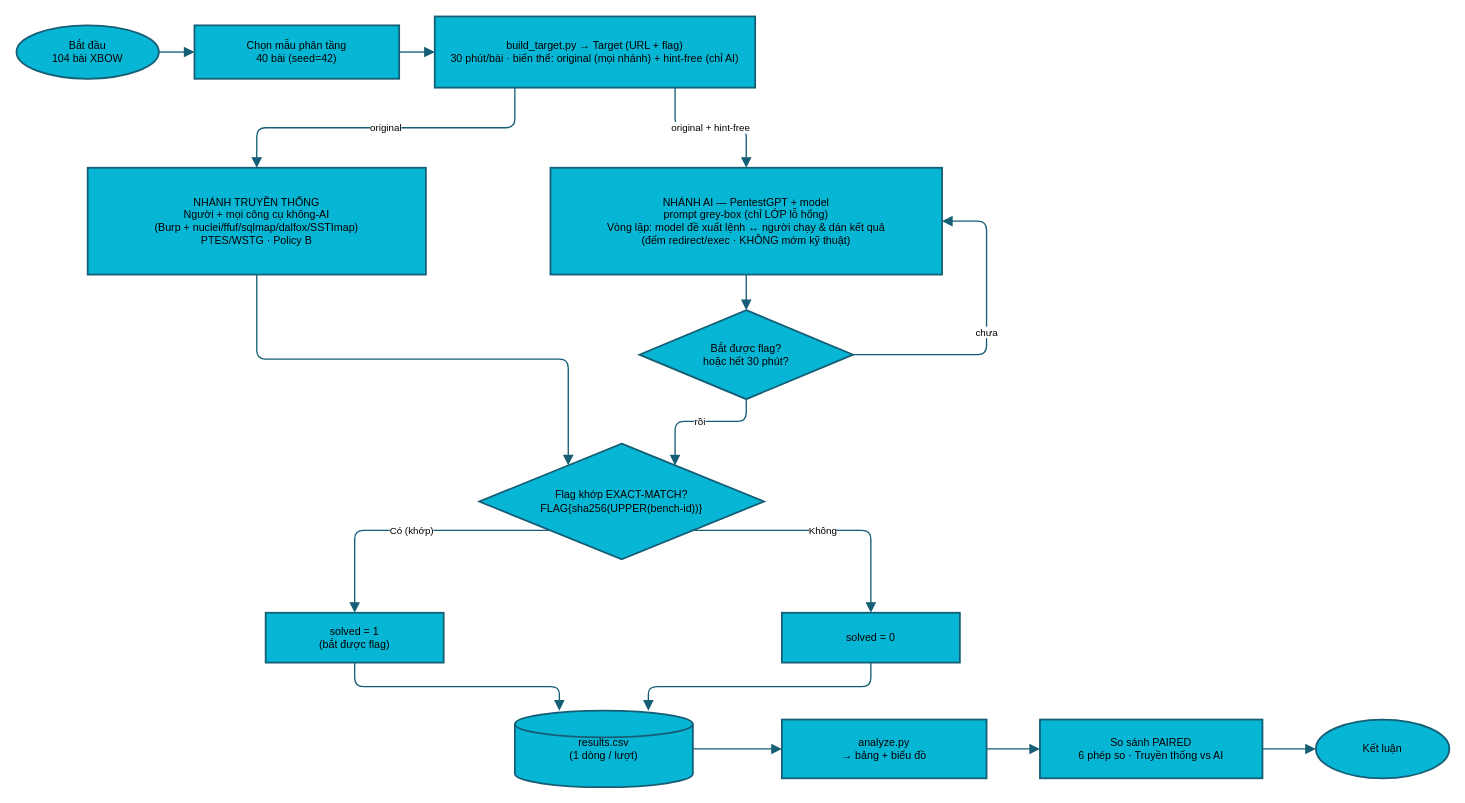
Earlier version of the draw.io diagram docs/workflow_light.drawio (VuNguyenBinh/KLTN-FA26). Source tidied: cells renumbered, new cells numbered last; positions are measured from the earlier drawing's top-left corner, leaving out a move shared by most shapes. Both pictures are drawn from the tidied source at 89%, with x=0, y=0 at pixel (16, 16).
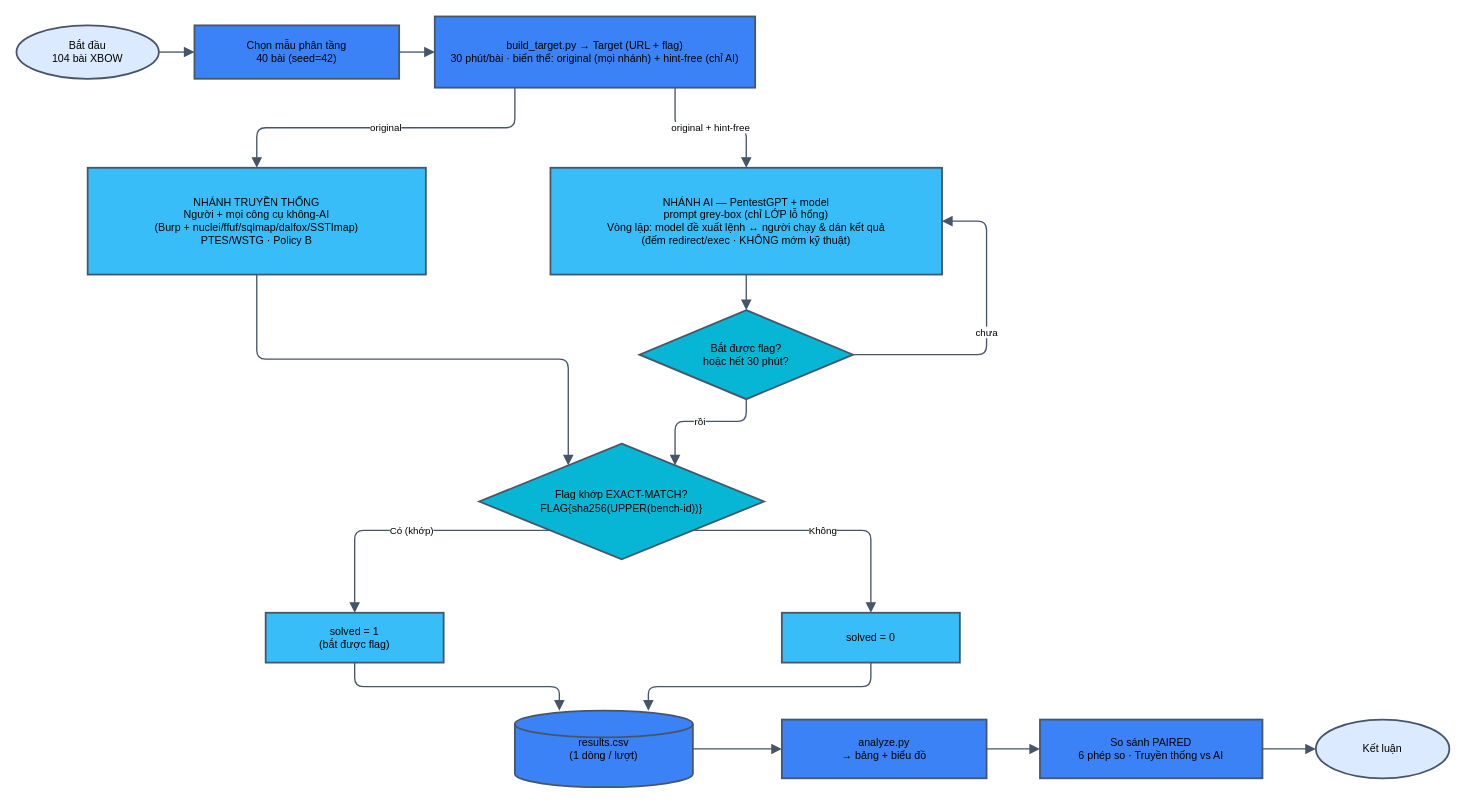
After the change.

Commit message:
docs(workflow_light): apply the blue palette (main #3B82F6 / secondary #38BDF8 / decision #06B6D4 / start-end #DBEAFE)

White background, black text, slate #475569 borders+arrows (soft, not
harsh). Role mapping: main pipeline (sample/build/results/analyze/compare)
= #3B82F6; the two arms + solved outcomes = #38BDF8; decisions = #06B6D4;
start/end = #DBEAFE. Validated clean.

Diff of the diagram source:
```diff
@@
-    <mxCell id="2" value="Bắt đầu&#10;104 bài XBOW" style="ellipse;whiteSpace=wrap;html=1;convertToSvg=1;fontColor=#000000;fillColor=#06B6D4;strokeColor=#155E75;strokeWidth=2;" parent="1" vertex="1">
+    <mxCell id="2" value="Bắt đầu&#10;104 bài XBOW" style="ellipse;whiteSpace=wrap;html=1;convertToSvg=1;fontColor=#000000;fillColor=#DBEAFE;strokeColor=#475569;strokeWidth=2;" parent="1" vertex="1">
       <mxGeometry y="10" width="160" height="60" as="geometry" />
     </mxCell>
-    <mxCell id="3" value="Chọn mẫu phân tầng&#10;40 bài (seed=42)" style="rounded=0;whiteSpace=wrap;html=1;convertToSvg=1;fontColor=#000000;fillColor=#06B6D4;strokeColor=#155E75;strokeWidth=2;" parent="1" vertex="1">
+    <mxCell id="3" value="Chọn mẫu phân tầng&#10;40 bài (seed=42)" style="rounded=0;whiteSpace=wrap;html=1;convertToSvg=1;fontColor=#000000;fillColor=#3B82F6;strokeColor=#475569;strokeWidth=2;" parent="1" vertex="1">
       <mxGeometry x="200" y="10" width="230" height="60" as="geometry" />
     </mxCell>
-    <mxCell id="4" value="build_target.py → Target (URL + flag)&#10;30 phút/bài · biến thể: original (mọi nhánh) + hint-free (chỉ AI)" style="rounded=0;whiteSpace=wrap;html=1;convertToSvg=1;fontColor=#000000;fillColor=#06B6D4;strokeColor=#155E75;strokeWidth=2;" parent="1" vertex="1">
+    <mxCell id="4" value="build_target.py → Target (URL + flag)&#10;30 phút/bài · biến thể: original (mọi nhánh) + hint-free (chỉ AI)" style="rounded=0;whiteSpace=wrap;html=1;convertToSvg=1;fontColor=#000000;fillColor=#3B82F6;strokeColor=#475569;strokeWidth=2;" parent="1" vertex="1">
       <mxGeometry x="470" width="360" height="80" as="geometry" />
     </mxCell>
-    <mxCell id="5" value="NHÁNH TRUYỀN THỐNG&#10;Người + mọi công cụ không-AI&#10;(Burp + nuclei/ffuf/sqlmap/dalfox/SSTImap)&#10;PTES/WSTG · Policy B" style="rounded=0;whiteSpace=wrap;html=1;convertToSvg=1;fontColor=#000000;fillColor=#06B6D4;strokeColor=#155E75;strokeWidth=2;" parent="1" vertex="1">
+    <mxCell id="5" value="NHÁNH TRUYỀN THỐNG&#10;Người + mọi công cụ không-AI&#10;(Burp + nuclei/ffuf/sqlmap/dalfox/SSTImap)&#10;PTES/WSTG · Policy B" style="rounded=0;whiteSpace=wrap;html=1;convertToSvg=1;fontColor=#000000;fillColor=#38BDF8;strokeColor=#475569;strokeWidth=2;" parent="1" vertex="1">
       <mxGeometry x="80" y="170" width="380" height="120" as="geometry" />
     </mxCell>
-    <mxCell id="6" value="NHÁNH AI — PentestGPT + model&#10;prompt grey-box (chỉ LỚP lỗ hổng)&#10;Vòng lặp: model đề xuất lệnh ↔ người chạy &amp; dán kết quả&#10;(đếm redirect/exec · KHÔNG mớm kỹ thuật)" style="rounded=0;whiteSpace=wrap;html=1;convertToSvg=1;fontColor=#000000;fillColor=#06B6D4;strokeColor=#155E75;strokeWidth=2;" parent="1" vertex="1">
+    <mxCell id="6" value="NHÁNH AI — PentestGPT + model&#10;prompt grey-box (chỉ LỚP lỗ hổng)&#10;Vòng lặp: model đề xuất lệnh ↔ người chạy &amp; dán kết quả&#10;(đếm redirect/exec · KHÔNG mớm kỹ thuật)" style="rounded=0;whiteSpace=wrap;html=1;convertToSvg=1;fontColor=#000000;fillColor=#38BDF8;strokeColor=#475569;strokeWidth=2;" parent="1" vertex="1">
       <mxGeometry x="600" y="170" width="440" height="120" as="geometry" />
     </mxCell>
-    <mxCell id="7" value="Bắt được flag?&#10;hoặc hết 30 phút?" style="rhombus;whiteSpace=wrap;html=1;convertToSvg=1;fontColor=#000000;fillColor=#06B6D4;strokeColor=#155E75;strokeWidth=2;" parent="1" vertex="1">
+    <mxCell id="7" value="Bắt được flag?&#10;hoặc hết 30 phút?" style="rhombus;whiteSpace=wrap;html=1;convertToSvg=1;fontColor=#000000;fillColor=#06B6D4;strokeColor=#475569;strokeWidth=2;" parent="1" vertex="1">
       <mxGeometry x="700" y="330" width="240" height="100" as="geometry" />
     </mxCell>
-    <mxCell id="8" value="Flag khớp EXACT-MATCH?&#10;FLAG{sha256(UPPER(bench-id))}" style="rhombus;whiteSpace=wrap;html=1;convertToSvg=1;fontColor=#000000;fillColor=#06B6D4;strokeColor=#155E75;strokeWidth=2;" parent="1" vertex="1">
+    <mxCell id="8" value="Flag khớp EXACT-MATCH?&#10;FLAG{sha256(UPPER(bench-id))}" style="rhombus;whiteSpace=wrap;html=1;convertToSvg=1;fontColor=#000000;fillColor=#06B6D4;strokeColor=#475569;strokeWidth=2;" parent="1" vertex="1">
       <mxGeometry x="520" y="480" width="320" height="130" as="geometry" />
     </mxCell>
-    <mxCell id="9" value="solved = 1&#10;(bắt được flag)" style="rounded=0;whiteSpace=wrap;html=1;convertToSvg=1;fontColor=#000000;fillColor=#06B6D4;strokeColor=#155E75;strokeWidth=2;" parent="1" vertex="1">
+    <mxCell id="9" value="solved = 1&#10;(bắt được flag)" style="rounded=0;whiteSpace=wrap;html=1;convertToSvg=1;fontColor=#000000;fillColor=#38BDF8;strokeColor=#475569;strokeWidth=2;" parent="1" vertex="1">
       <mxGeometry x="280" y="670" width="200" height="56" as="geometry" />
     </mxCell>
-    <mxCell id="10" value="solved = 0" style="rounded=0;whiteSpace=wrap;html=1;convertToSvg=1;fontColor=#000000;fillColor=#06B6D4;strokeColor=#155E75;strokeWidth=2;" parent="1" vertex="1">
+    <mxCell id="10" value="solved = 0" style="rounded=0;whiteSpace=wrap;html=1;convertToSvg=1;fontColor=#000000;fillColor=#38BDF8;strokeColor=#475569;strokeWidth=2;" parent="1" vertex="1">
       <mxGeometry x="860" y="670" width="200" height="56" as="geometry" />
     </mxCell>
-    <mxCell id="11" value="results.csv&#10;(1 dòng / lượt)" style="shape=cylinder3;whiteSpace=wrap;html=1;convertToSvg=1;fontColor=#000000;fillColor=#06B6D4;strokeColor=#155E75;strokeWidth=2;" parent="1" vertex="1">
+    <mxCell id="11" value="results.csv&#10;(1 dòng / lượt)" style="shape=cylinder3;whiteSpace=wrap;html=1;convertToSvg=1;fontColor=#000000;fillColor=#3B82F6;strokeColor=#475569;strokeWidth=2;" parent="1" vertex="1">
       <mxGeometry x="560" y="780" width="200" height="86" as="geometry" />
     </mxCell>
-    <mxCell id="12" value="analyze.py&#10;→ bảng + biểu đồ" style="rounded=0;whiteSpace=wrap;html=1;convertToSvg=1;fontColor=#000000;fillColor=#06B6D4;strokeColor=#155E75;strokeWidth=2;" parent="1" vertex="1">
+    <mxCell id="12" value="analyze.py&#10;→ bảng + biểu đồ" style="rounded=0;whiteSpace=wrap;html=1;convertToSvg=1;fontColor=#000000;fillColor=#3B82F6;strokeColor=#475569;strokeWidth=2;" parent="1" vertex="1">
       <mxGeometry x="860" y="790" width="230" height="66" as="geometry" />
     </mxCell>
-    <mxCell id="13" value="So sánh PAIRED&#10;6 phép so · Truyền thống vs AI" style="rounded=0;whiteSpace=wrap;html=1;convertToSvg=1;fontColor=#000000;fillColor=#06B6D4;strokeColor=#155E75;strokeWidth=2;" parent="1" vertex="1">
+    <mxCell id="13" value="So sánh PAIRED&#10;6 phép so · Truyền thống vs AI" style="rounded=0;whiteSpace=wrap;html=1;convertToSvg=1;fontColor=#000000;fillColor=#3B82F6;strokeColor=#475569;strokeWidth=2;" parent="1" vertex="1">
       <mxGeometry x="1150" y="790" width="250" height="66" as="geometry" />
     </mxCell>
-    <mxCell id="14" value="Kết luận" style="ellipse;whiteSpace=wrap;html=1;convertToSvg=1;fontColor=#000000;fillColor=#06B6D4;strokeColor=#155E75;strokeWidth=2;" parent="1" vertex="1">
+    <mxCell id="14" value="Kết luận" style="ellipse;whiteSpace=wrap;html=1;convertToSvg=1;fontColor=#000000;fillColor=#DBEAFE;strokeColor=#475569;strokeWidth=2;" parent="1" vertex="1">
       <mxGeometry x="1460" y="790" width="150" height="66" as="geometry" />
     </mxCell>
-    <mxCell id="15" style="edgeStyle=orthogonalEdgeStyle;rounded=1;jettySize=auto;html=1;endArrow=block;endSize=8;strokeColor=#155E75;strokeWidth=1.5;exitX=1;exitY=0.5;exitDx=0;exitDy=0;entryX=0;entryY=0.5;entryDx=0;entryDy=0;" parent="1" edge="1" source="2" target="3">
+    <mxCell id="15" style="edgeStyle=orthogonalEdgeStyle;rounded=1;jettySize=auto;html=1;endArrow=block;endSize=8;strokeColor=#475569;strokeWidth=1.5;exitX=1;exitY=0.5;exitDx=0;exitDy=0;entryX=0;entryY=0.5;entryDx=0;entryDy=0;" parent="1" edge="1" source="2" target="3">
       <mxGeometry relative="1" as="geometry" />
     </mxCell>
-    <mxCell id="16" style="edgeStyle=orthogonalEdgeStyle;rounded=1;jettySize=auto;html=1;endArrow=block;endSize=8;strokeColor=#155E75;strokeWidth=1.5;exitX=1;exitY=0.5;exitDx=0;exitDy=0;entryX=0;entryY=0.5;entryDx=0;entryDy=0;" parent="1" edge="1" source="3" target="4">
+    <mxCell id="16" style="edgeStyle=orthogonalEdgeStyle;rounded=1;jettySize=auto;html=1;endArrow=block;endSize=8;strokeColor=#475569;strokeWidth=1.5;exitX=1;exitY=0.5;exitDx=0;exitDy=0;entryX=0;entryY=0.5;entryDx=0;entryDy=0;" parent="1" edge="1" source="3" target="4">
       <mxGeometry relative="1" as="geometry" />
     </mxCell>
-    <mxCell id="17" value="original" style="edgeStyle=orthogonalEdgeStyle;rounded=1;jettySize=auto;html=1;endArrow=block;endSize=8;strokeColor=#155E75;strokeWidth=1.5;exitX=0.25;exitY=1;exitDx=0;exitDy=0;entryX=0.5;entryY=0;entryDx=0;entryDy=0;" parent="1" edge="1" source="4" target="5">
+    <mxCell id="17" value="original" style="edgeStyle=orthogonalEdgeStyle;rounded=1;jettySize=auto;html=1;endArrow=block;endSize=8;strokeColor=#475569;strokeWidth=1.5;exitX=0.25;exitY=1;exitDx=0;exitDy=0;entryX=0.5;entryY=0;entryDx=0;entryDy=0;" parent="1" edge="1" source="4" target="5">
       <mxGeometry relative="1" as="geometry" />
     </mxCell>
-    <mxCell id="18" value="original + hint-free" style="edgeStyle=orthogonalEdgeStyle;rounded=1;jettySize=auto;html=1;endArrow=block;endSize=8;strokeColor=#155E75;strokeWidth=1.5;exitX=0.75;exitY=1;exitDx=0;exitDy=0;entryX=0.5;entryY=0;entryDx=0;entryDy=0;" parent="1" edge="1" source="4" target="6">
+    <mxCell id="18" value="original + hint-free" style="edgeStyle=orthogonalEdgeStyle;rounded=1;jettySize=auto;html=1;endArrow=block;endSize=8;strokeColor=#475569;strokeWidth=1.5;exitX=0.75;exitY=1;exitDx=0;exitDy=0;entryX=0.5;entryY=0;entryDx=0;entryDy=0;" parent="1" edge="1" source="4" target="6">
       <mxGeometry relative="1" as="geometry" />
     </mxCell>
-    <mxCell id="19" style="edgeStyle=orthogonalEdgeStyle;rounded=1;jettySize=auto;html=1;endArrow=block;endSize=8;strokeColor=#155E75;strokeWidth=1.5;exitX=0.5;exitY=1;exitDx=0;exitDy=0;entryX=0.2;entryY=0;entryDx=0;entryDy=0;" parent="1" edge="1" source="5" target="8">
+    <mxCell id="19" style="edgeStyle=orthogonalEdgeStyle;rounded=1;jettySize=auto;html=1;endArrow=block;endSize=8;strokeColor=#475569;strokeWidth=1.5;exitX=0.5;exitY=1;exitDx=0;exitDy=0;entryX=0.2;entryY=0;entryDx=0;entryDy=0;" parent="1" edge="1" source="5" target="8">
       <mxGeometry relative="1" as="geometry" />
     </mxCell>
-    <mxCell id="20" style="edgeStyle=orthogonalEdgeStyle;rounded=1;jettySize=auto;html=1;endArrow=block;endSize=8;strokeColor=#155E75;strokeWidth=1.5;exitX=0.5;exitY=1;exitDx=0;exitDy=0;entryX=0.5;entryY=0;entryDx=0;entryDy=0;" parent="1" edge="1" source="6" target="7">
+    <mxCell id="20" style="edgeStyle=orthogonalEdgeStyle;rounded=1;jettySize=auto;html=1;endArrow=block;endSize=8;strokeColor=#475569;strokeWidth=1.5;exitX=0.5;exitY=1;exitDx=0;exitDy=0;entryX=0.5;entryY=0;entryDx=0;entryDy=0;" parent="1" edge="1" source="6" target="7">
       <mxGeometry relative="1" as="geometry" />
     </mxCell>
-    <mxCell id="21" value="chưa" style="edgeStyle=orthogonalEdgeStyle;rounded=1;jettySize=auto;html=1;endArrow=block;endSize=8;strokeColor=#155E75;strokeWidth=1.5;exitX=1;exitY=0.5;exitDx=0;exitDy=0;entryX=1;entryY=0.5;entryDx=0;entryDy=0;" parent="1" edge="1" source="7" target="6">
+    <mxCell id="21" value="chưa" style="edgeStyle=orthogonalEdgeStyle;rounded=1;jettySize=auto;html=1;endArrow=block;endSize=8;strokeColor=#475569;strokeWidth=1.5;exitX=1;exitY=0.5;exitDx=0;exitDy=0;entryX=1;entryY=0.5;entryDx=0;entryDy=0;" parent="1" edge="1" source="7" target="6">
       <mxGeometry relative="1" as="geometry">
         <Array as="points">
           <mxPoint x="1090" y="380" />
           <mxPoint x="1090" y="230" />
         </Array>
       </mxGeometry>
     </mxCell>
-    <mxCell id="22" value="rồi" style="edgeStyle=orthogonalEdgeStyle;rounded=1;jettySize=auto;html=1;endArrow=block;endSize=8;strokeColor=#155E75;strokeWidth=1.5;exitX=0.5;exitY=1;exitDx=0;exitDy=0;entryX=0.8;entryY=0;entryDx=0;entryDy=0;" parent="1" edge="1" source="7" target="8">
+    <mxCell id="22" value="rồi" style="edgeStyle=orthogonalEdgeStyle;rounded=1;jettySize=auto;html=1;endArrow=block;endSize=8;strokeColor=#475569;strokeWidth=1.5;exitX=0.5;exitY=1;exitDx=0;exitDy=0;entryX=0.8;entryY=0;entryDx=0;entryDy=0;" parent="1" edge="1" source="7" target="8">
       <mxGeometry relative="1" as="geometry" />
     </mxCell>
-    <mxCell id="23" value="Có (khớp)" style="edgeStyle=orthogonalEdgeStyle;rounded=1;jettySize=auto;html=1;endArrow=block;endSize=8;strokeColor=#155E75;strokeWidth=1.5;exitX=0.25;exitY=0.75;exitDx=0;exitDy=0;entryX=0.5;entryY=0;entryDx=0;entryDy=0;" parent="1" edge="1" source="8" target="9">
+    <mxCell id="23" value="Có (khớp)" style="edgeStyle=orthogonalEdgeStyle;rounded=1;jettySize=auto;html=1;endArrow=block;endSize=8;strokeColor=#475569;strokeWidth=1.5;exitX=0.25;exitY=0.75;exitDx=0;exitDy=0;entryX=0.5;entryY=0;entryDx=0;entryDy=0;" parent="1" edge="1" source="8" target="9">
       <mxGeometry relative="1" as="geometry" />
     </mxCell>
-    <mxCell id="24" value="Không" style="edgeStyle=orthogonalEdgeStyle;rounded=1;jettySize=auto;html=1;endArrow=block;endSize=8;strokeColor=#155E75;strokeWidth=1.5;exitX=0.75;exitY=0.75;exitDx=0;exitDy=0;entryX=0.5;entryY=0;entryDx=0;entryDy=0;" parent="1" edge="1" source="8" target="10">
+    <mxCell id="24" value="Không" style="edgeStyle=orthogonalEdgeStyle;rounded=1;jettySize=auto;html=1;endArrow=block;endSize=8;strokeColor=#475569;strokeWidth=1.5;exitX=0.75;exitY=0.75;exitDx=0;exitDy=0;entryX=0.5;entryY=0;entryDx=0;entryDy=0;" parent="1" edge="1" source="8" target="10">
       <mxGeometry relative="1" as="geometry" />
     </mxCell>
-    <mxCell id="25" style="edgeStyle=orthogonalEdgeStyle;rounded=1;jettySize=auto;html=1;endArrow=block;endSize=8;strokeColor=#155E75;strokeWidth=1.5;exitX=0.5;exitY=1;exitDx=0;exitDy=0;entryX=0.25;entryY=0;entryDx=0;entryDy=0;" parent="1" edge="1" source="9" target="11">
+    <mxCell id="25" style="edgeStyle=orthogonalEdgeStyle;rounded=1;jettySize=auto;html=1;endArrow=block;endSize=8;strokeColor=#475569;strokeWidth=1.5;exitX=0.5;exitY=1;exitDx=0;exitDy=0;entryX=0.25;entryY=0;entryDx=0;entryDy=0;" parent="1" edge="1" source="9" target="11">
       <mxGeometry relative="1" as="geometry" />
     </mxCell>
-    <mxCell id="26" style="edgeStyle=orthogonalEdgeStyle;rounded=1;jettySize=auto;html=1;endArrow=block;endSize=8;strokeColor=#155E75;strokeWidth=1.5;exitX=0.5;exitY=1;exitDx=0;exitDy=0;entryX=0.75;entryY=0;entryDx=0;entryDy=0;" parent="1" edge="1" source="10" target="11">
+    <mxCell id="26" style="edgeStyle=orthogonalEdgeStyle;rounded=1;jettySize=auto;html=1;endArrow=block;endSize=8;strokeColor=#475569;strokeWidth=1.5;exitX=0.5;exitY=1;exitDx=0;exitDy=0;entryX=0.75;entryY=0;entryDx=0;entryDy=0;" parent="1" edge="1" source="10" target="11">
       <mxGeometry relative="1" as="geometry" />
     </mxCell>
-    <mxCell id="27" style="edgeStyle=orthogonalEdgeStyle;rounded=1;jettySize=auto;html=1;endArrow=block;endSize=8;strokeColor=#155E75;strokeWidth=1.5;exitX=1;exitY=0.5;exitDx=0;exitDy=0;entryX=0;entryY=0.5;entryDx=0;entryDy=0;" parent="1" edge="1" source="11" target="12">
+    <mxCell id="27" style="edgeStyle=orthogonalEdgeStyle;rounded=1;jettySize=auto;html=1;endArrow=block;endSize=8;strokeColor=#475569;strokeWidth=1.5;exitX=1;exitY=0.5;exitDx=0;exitDy=0;entryX=0;entryY=0.5;entryDx=0;entryDy=0;" parent="1" edge="1" source="11" target="12">
       <mxGeometry relative="1" as="geometry" />
     </mxCell>
-    <mxCell id="28" style="edgeStyle=orthogonalEdgeStyle;rounded=1;jettySize=auto;html=1;endArrow=block;endSize=8;strokeColor=#155E75;strokeWidth=1.5;exitX=1;exitY=0.5;exitDx=0;exitDy=0;entryX=0;entryY=0.5;entryDx=0;entryDy=0;" parent="1" edge="1" source="12" target="13">
+    <mxCell id="28" style="edgeStyle=orthogonalEdgeStyle;rounded=1;jettySize=auto;html=1;endArrow=block;endSize=8;strokeColor=#475569;strokeWidth=1.5;exitX=1;exitY=0.5;exitDx=0;exitDy=0;entryX=0;entryY=0.5;entryDx=0;entryDy=0;" parent="1" edge="1" source="12" target="13">
       <mxGeometry relative="1" as="geometry" />
     </mxCell>
-    <mxCell id="29" style="edgeStyle=orthogonalEdgeStyle;rounded=1;jettySize=auto;html=1;endArrow=block;endSize=8;strokeColor=#155E75;strokeWidth=1.5;exitX=1;exitY=0.5;exitDx=0;exitDy=0;entryX=0;entryY=0.5;entryDx=0;entryDy=0;" parent="1" edge="1" source="13" target="14">
+    <mxCell id="29" style="edgeStyle=orthogonalEdgeStyle;rounded=1;jettySize=auto;html=1;endArrow=block;endSize=8;strokeColor=#475569;strokeWidth=1.5;exitX=1;exitY=0.5;exitDx=0;exitDy=0;entryX=0;entryY=0.5;entryDx=0;entryDy=0;" parent="1" edge="1" source="13" target="14">
       <mxGeometry relative="1" as="geometry" />
     </mxCell>
```
